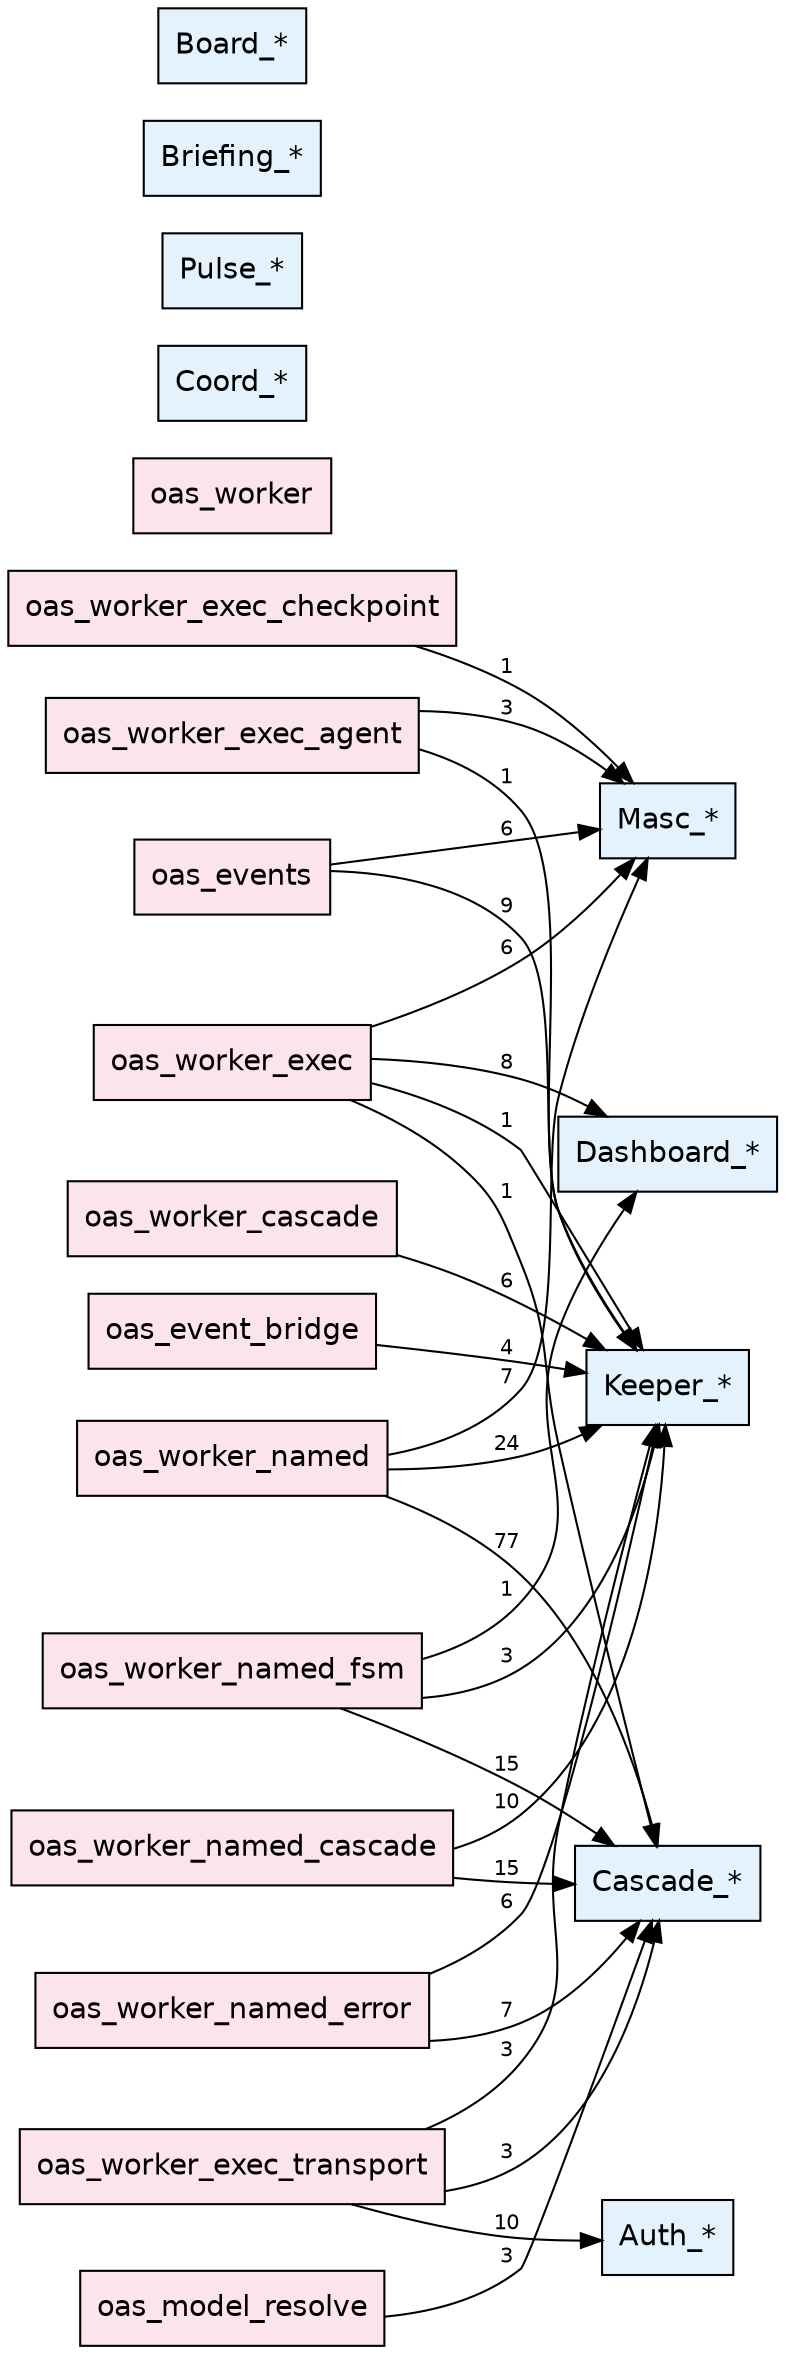
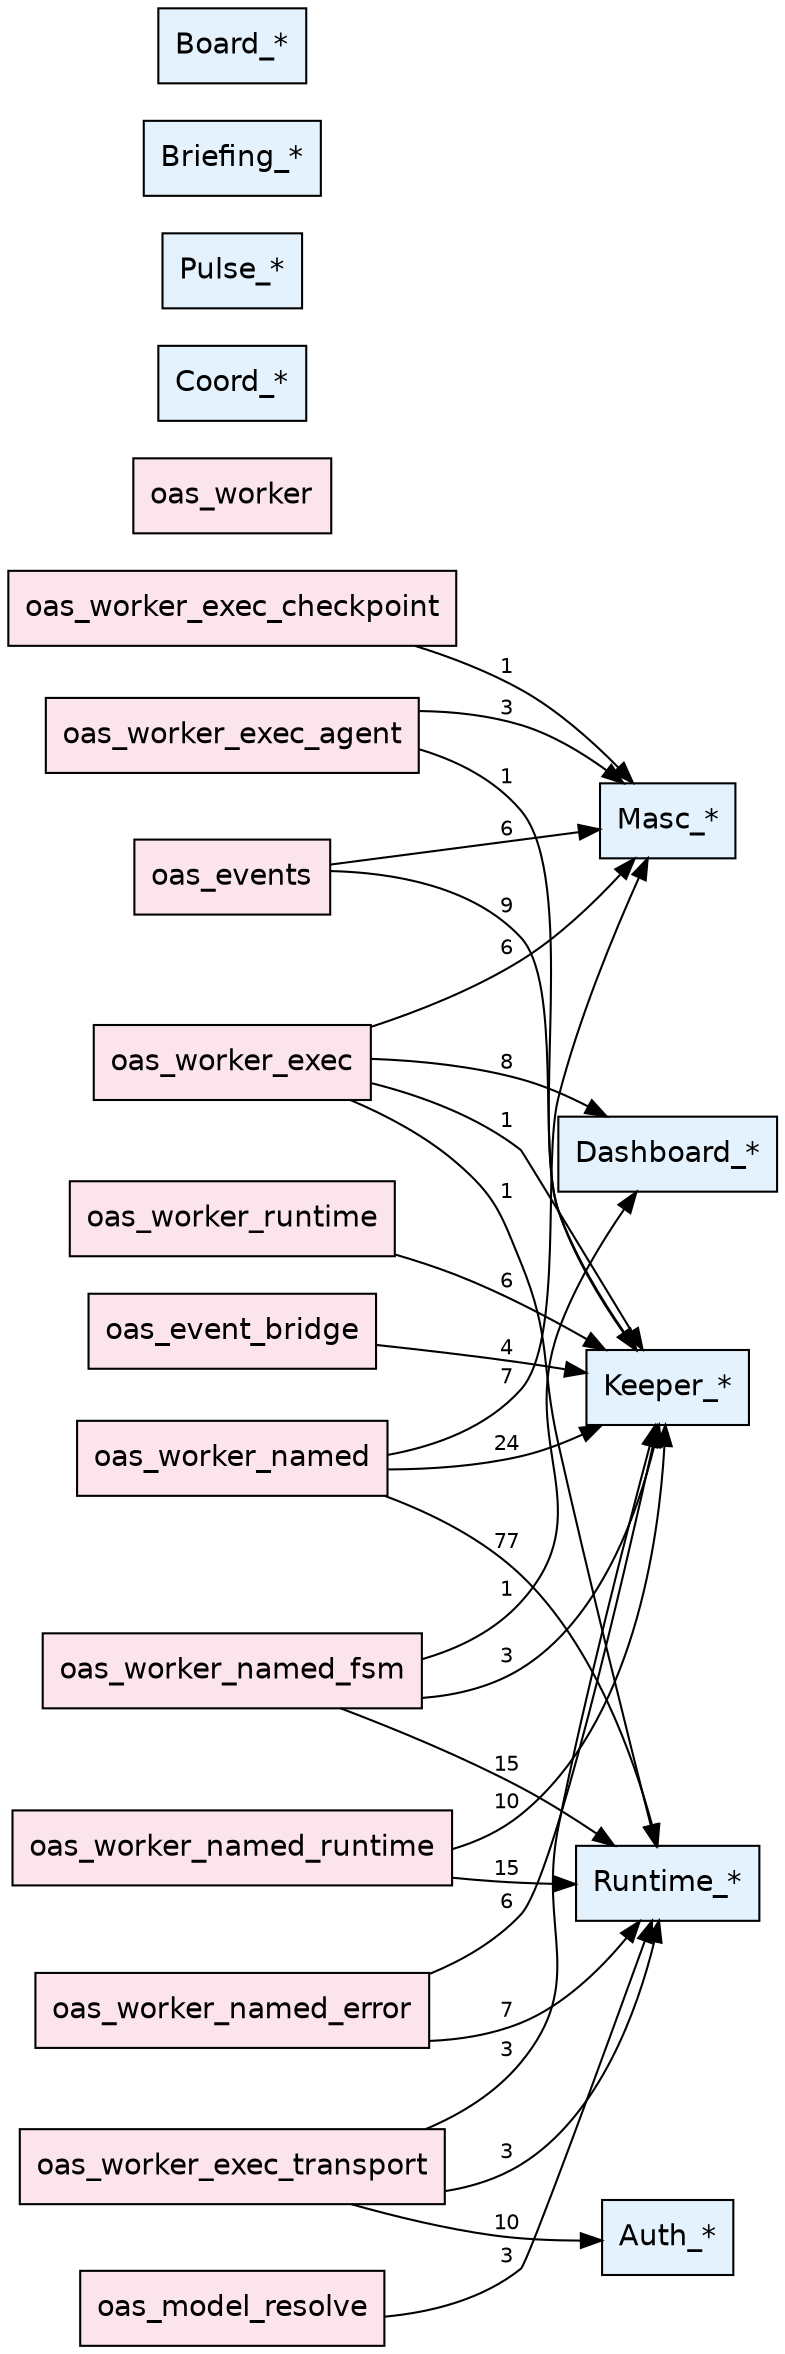
// RFC-0047 module graph (frozen at Phase 1)
// Edges: oas_*.ml → external domain category, label = ref count.
digraph rfc_0047 {
  rankdir=LR;
  node [shape=box, fontname="Helvetica"];
  edge [fontname="Helvetica", fontsize=10];

  // OAS adapter family
  "oas_event_bridge" [style=filled, fillcolor="#fce4ec"];
  "oas_events" [style=filled, fillcolor="#fce4ec"];
  "oas_model_resolve" [style=filled, fillcolor="#fce4ec"];
-   "oas_worker_cascade" [style=filled, fillcolor="#fce4ec"];
+   "oas_worker_runtime" [style=filled, fillcolor="#fce4ec"];
  "oas_worker_exec_agent" [style=filled, fillcolor="#fce4ec"];
  "oas_worker_exec_checkpoint" [style=filled, fillcolor="#fce4ec"];
  "oas_worker_exec_transport" [style=filled, fillcolor="#fce4ec"];
  "oas_worker_exec" [style=filled, fillcolor="#fce4ec"];
-   "oas_worker_named_cascade" [style=filled, fillcolor="#fce4ec"];
+   "oas_worker_named_runtime" [style=filled, fillcolor="#fce4ec"];
  "oas_worker_named_error" [style=filled, fillcolor="#fce4ec"];
  "oas_worker_named_fsm" [style=filled, fillcolor="#fce4ec"];
  "oas_worker_named" [style=filled, fillcolor="#fce4ec"];
  "oas_worker" [style=filled, fillcolor="#fce4ec"];

  // Target domain categories
-   "Cascade_*" [style=filled, fillcolor="#e3f2fd"];
+   "Runtime_*" [style=filled, fillcolor="#e3f2fd"];
  "Keeper_*" [style=filled, fillcolor="#e3f2fd"];
  "Masc_*" [style=filled, fillcolor="#e3f2fd"];
  "Dashboard_*" [style=filled, fillcolor="#e3f2fd"];
  "Auth_*" [style=filled, fillcolor="#e3f2fd"];
  "Coord_*" [style=filled, fillcolor="#e3f2fd"];
  "Pulse_*" [style=filled, fillcolor="#e3f2fd"];
  "Briefing_*" [style=filled, fillcolor="#e3f2fd"];
  "Board_*" [style=filled, fillcolor="#e3f2fd"];

  // Cross-domain references
  "oas_event_bridge" -> "Keeper_*" [label="4"];
  "oas_events" -> "Keeper_*" [label="9"];
  "oas_events" -> "Masc_*" [label="6"];
-   "oas_model_resolve" -> "Cascade_*" [label="3"];
-   "oas_worker_cascade" -> "Keeper_*" [label="6"];
+   "oas_model_resolve" -> "Runtime_*" [label="3"];
+   "oas_worker_runtime" -> "Keeper_*" [label="6"];
  "oas_worker_exec_agent" -> "Keeper_*" [label="1"];
  "oas_worker_exec_agent" -> "Masc_*" [label="3"];
  "oas_worker_exec_checkpoint" -> "Masc_*" [label="1"];
-   "oas_worker_exec_transport" -> "Cascade_*" [label="3"];
+   "oas_worker_exec_transport" -> "Runtime_*" [label="3"];
  "oas_worker_exec_transport" -> "Keeper_*" [label="3"];
  "oas_worker_exec_transport" -> "Auth_*" [label="10"];
-   "oas_worker_exec" -> "Cascade_*" [label="1"];
+   "oas_worker_exec" -> "Runtime_*" [label="1"];
  "oas_worker_exec" -> "Keeper_*" [label="1"];
  "oas_worker_exec" -> "Masc_*" [label="6"];
  "oas_worker_exec" -> "Dashboard_*" [label="8"];
-   "oas_worker_named_cascade" -> "Cascade_*" [label="15"];
-   "oas_worker_named_cascade" -> "Keeper_*" [label="10"];
-   "oas_worker_named_error" -> "Cascade_*" [label="7"];
+   "oas_worker_named_runtime" -> "Runtime_*" [label="15"];
+   "oas_worker_named_runtime" -> "Keeper_*" [label="10"];
+   "oas_worker_named_error" -> "Runtime_*" [label="7"];
  "oas_worker_named_error" -> "Keeper_*" [label="6"];
-   "oas_worker_named_fsm" -> "Cascade_*" [label="15"];
+   "oas_worker_named_fsm" -> "Runtime_*" [label="15"];
  "oas_worker_named_fsm" -> "Keeper_*" [label="3"];
  "oas_worker_named_fsm" -> "Dashboard_*" [label="1"];
-   "oas_worker_named" -> "Cascade_*" [label="77"];
+   "oas_worker_named" -> "Runtime_*" [label="77"];
  "oas_worker_named" -> "Keeper_*" [label="24"];
  "oas_worker_named" -> "Masc_*" [label="7"];
}
